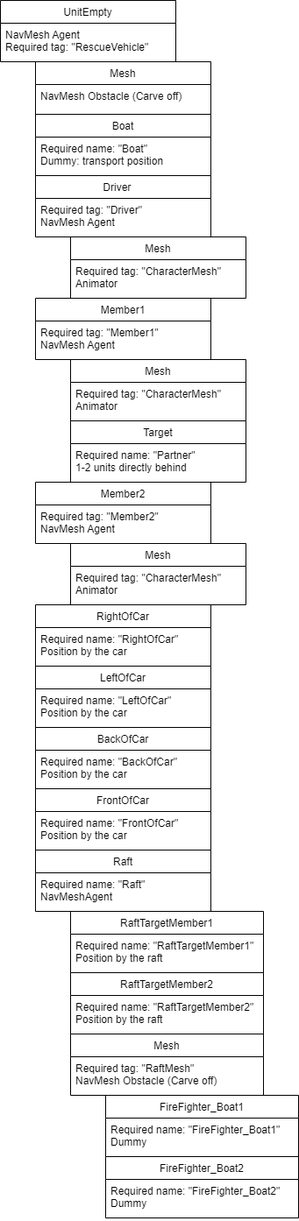
Before: Documentation/Images/UnitSetupAIRequirements.png, a diagram exported from draw.io (olandra/CBSafe-Simulation). Source tidied: cells renumbered, new cells last; positions are measured from the earlier drawing's top-left corner, leaving out a move shared by most shapes.
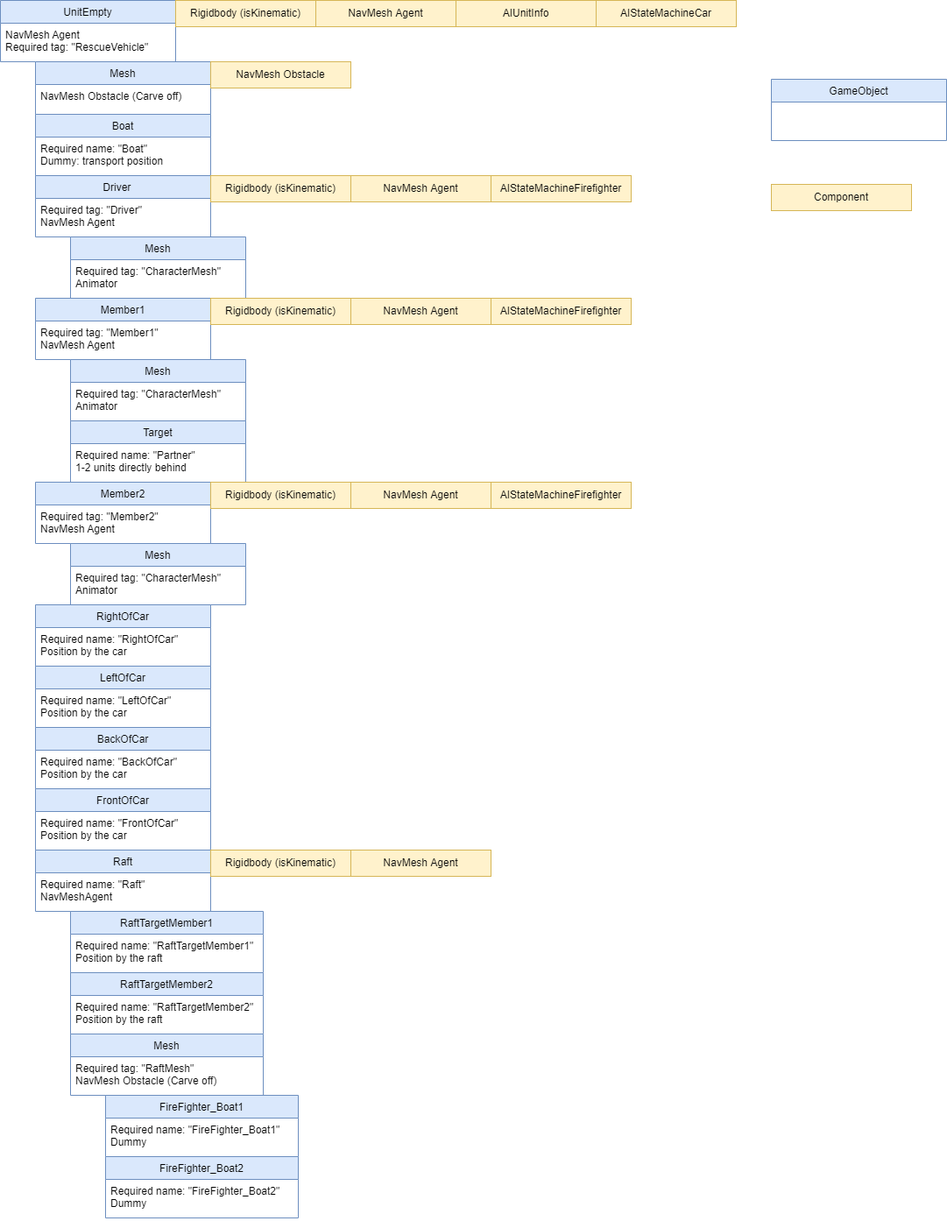
The same diagram one commit later.

Commit message:
Updated the Unit structure picture with components and some color

Change to the diagram source:
```diff
@@ -2,125 +2,188 @@
   <root>
     <mxCell id="0" />
     <mxCell id="1" parent="0" />
-    <mxCell id="2" value="UnitEmpty" style="swimlane;fontStyle=0;horizontal=1;startSize=26;fillColor=none;" parent="1" vertex="1">
+    <mxCell id="2" value="UnitEmpty" style="swimlane;fontStyle=0;horizontal=1;startSize=26;fillColor=#dae8fc;strokeColor=#6c8ebf;" parent="1" vertex="1">
       <mxGeometry width="200" height="70" as="geometry" />
     </mxCell>
     <mxCell id="3" value="NavMesh Agent&#10;Required tag: &quot;RescueVehicle&quot;" style="text;strokeColor=none;fillColor=none;align=left;verticalAlign=top;spacingLeft=4;spacingRight=4;overflow=hidden;" parent="2" vertex="1">
       <mxGeometry y="26" width="200" height="44" as="geometry" />
     </mxCell>
-    <mxCell id="4" value="Mesh" style="swimlane;fontStyle=0;horizontal=1;startSize=26;fillColor=none;" parent="1" vertex="1">
+    <mxCell id="4" value="Mesh" style="swimlane;fontStyle=0;horizontal=1;startSize=26;fillColor=#dae8fc;strokeColor=#6c8ebf;" parent="1" vertex="1">
       <mxGeometry x="40" y="70" width="200" height="60" as="geometry" />
     </mxCell>
     <mxCell id="5" value="NavMesh Obstacle (Carve off)" style="text;strokeColor=none;fillColor=none;align=left;verticalAlign=top;spacingLeft=4;spacingRight=4;overflow=hidden;" parent="4" vertex="1">
       <mxGeometry y="26" width="200" height="34" as="geometry" />
     </mxCell>
-    <mxCell id="6" value="Boat" style="swimlane;fontStyle=0;horizontal=1;startSize=26;fillColor=none;" parent="1" vertex="1">
+    <mxCell id="6" value="Boat" style="swimlane;fontStyle=0;horizontal=1;startSize=26;fillColor=#dae8fc;strokeColor=#6c8ebf;" parent="1" vertex="1">
       <mxGeometry x="40" y="130" width="200" height="70" as="geometry" />
     </mxCell>
     <mxCell id="7" value="Required name: &quot;Boat&quot;&#10;Dummy: transport position" style="text;strokeColor=none;fillColor=none;align=left;verticalAlign=top;spacingLeft=4;spacingRight=4;overflow=hidden;" parent="6" vertex="1">
       <mxGeometry y="26" width="200" height="44" as="geometry" />
     </mxCell>
-    <mxCell id="8" value="Driver    " style="swimlane;fontStyle=0;horizontal=1;startSize=26;fillColor=none;" parent="1" vertex="1">
+    <mxCell id="8" value="Driver    " style="swimlane;fontStyle=0;horizontal=1;startSize=26;fillColor=#dae8fc;strokeColor=#6c8ebf;" parent="1" vertex="1">
       <mxGeometry x="40" y="200" width="200" height="70" as="geometry" />
     </mxCell>
     <mxCell id="9" value="Required tag: &quot;Driver&quot;&#10;NavMesh Agent" style="text;strokeColor=none;fillColor=none;align=left;verticalAlign=top;spacingLeft=4;spacingRight=4;overflow=hidden;" parent="8" vertex="1">
       <mxGeometry y="26" width="200" height="44" as="geometry" />
     </mxCell>
-    <mxCell id="10" value="Mesh" style="swimlane;fontStyle=0;horizontal=1;startSize=26;fillColor=none;" parent="1" vertex="1">
+    <mxCell id="10" value="Mesh" style="swimlane;fontStyle=0;horizontal=1;startSize=26;fillColor=#dae8fc;strokeColor=#6c8ebf;" parent="1" vertex="1">
       <mxGeometry x="80" y="270" width="200" height="70" as="geometry" />
     </mxCell>
     <mxCell id="11" value="Required tag: &quot;CharacterMesh&quot;&#10;Animator" style="text;strokeColor=none;fillColor=none;align=left;verticalAlign=top;spacingLeft=4;spacingRight=4;overflow=hidden;" parent="10" vertex="1">
       <mxGeometry y="26" width="200" height="44" as="geometry" />
     </mxCell>
-    <mxCell id="12" value="Member1" style="swimlane;fontStyle=0;horizontal=1;startSize=26;fillColor=none;" parent="1" vertex="1">
+    <mxCell id="12" value="Member1" style="swimlane;fontStyle=0;horizontal=1;startSize=26;fillColor=#dae8fc;strokeColor=#6c8ebf;" parent="1" vertex="1">
       <mxGeometry x="40" y="340" width="200" height="70" as="geometry" />
     </mxCell>
     <mxCell id="13" value="Required tag: &quot;Member1&quot;&#10;NavMesh Agent" style="text;strokeColor=none;fillColor=none;align=left;verticalAlign=top;spacingLeft=4;spacingRight=4;overflow=hidden;" parent="12" vertex="1">
       <mxGeometry y="26" width="200" height="44" as="geometry" />
     </mxCell>
-    <mxCell id="14" value="Mesh" style="swimlane;fontStyle=0;horizontal=1;startSize=26;fillColor=none;" parent="1" vertex="1">
+    <mxCell id="14" value="Mesh" style="swimlane;fontStyle=0;horizontal=1;startSize=26;fillColor=#dae8fc;strokeColor=#6c8ebf;" parent="1" vertex="1">
       <mxGeometry x="80" y="410" width="200" height="70" as="geometry" />
     </mxCell>
     <mxCell id="15" value="Required tag: &quot;CharacterMesh&quot;&#10;Animator" style="text;strokeColor=none;fillColor=none;align=left;verticalAlign=top;spacingLeft=4;spacingRight=4;overflow=hidden;" parent="14" vertex="1">
       <mxGeometry y="26" width="200" height="44" as="geometry" />
     </mxCell>
-    <mxCell id="16" value="Member2" style="swimlane;fontStyle=0;horizontal=1;startSize=26;fillColor=none;" parent="1" vertex="1">
+    <mxCell id="16" value="Member2" style="swimlane;fontStyle=0;horizontal=1;startSize=26;fillColor=#dae8fc;strokeColor=#6c8ebf;" parent="1" vertex="1">
       <mxGeometry x="40" y="550" width="200" height="70" as="geometry" />
     </mxCell>
     <mxCell id="17" value="Required tag: &quot;Member2&quot;&#10;NavMesh Agent" style="text;strokeColor=none;fillColor=none;align=left;verticalAlign=top;spacingLeft=4;spacingRight=4;overflow=hidden;" parent="16" vertex="1">
       <mxGeometry y="26" width="200" height="44" as="geometry" />
     </mxCell>
-    <mxCell id="18" value="Mesh" style="swimlane;fontStyle=0;horizontal=1;startSize=26;fillColor=none;" parent="1" vertex="1">
+    <mxCell id="18" value="Mesh" style="swimlane;fontStyle=0;horizontal=1;startSize=26;fillColor=#dae8fc;strokeColor=#6c8ebf;" parent="1" vertex="1">
       <mxGeometry x="80" y="620" width="200" height="70" as="geometry" />
     </mxCell>
     <mxCell id="19" value="Required tag: &quot;CharacterMesh&quot;&#10;Animator" style="text;strokeColor=none;fillColor=none;align=left;verticalAlign=top;spacingLeft=4;spacingRight=4;overflow=hidden;" parent="18" vertex="1">
       <mxGeometry y="26" width="200" height="44" as="geometry" />
     </mxCell>
-    <mxCell id="20" value="Target" style="swimlane;fontStyle=0;horizontal=1;startSize=26;fillColor=none;" parent="1" vertex="1">
+    <mxCell id="20" value="Target" style="swimlane;fontStyle=0;horizontal=1;startSize=26;fillColor=#dae8fc;strokeColor=#6c8ebf;" parent="1" vertex="1">
       <mxGeometry x="80" y="480" width="200" height="70" as="geometry" />
     </mxCell>
     <mxCell id="21" value="Required name: &quot;Partner&quot;&#10;1-2 units directly behind" style="text;strokeColor=none;fillColor=none;align=left;verticalAlign=top;spacingLeft=4;spacingRight=4;overflow=hidden;" parent="20" vertex="1">
       <mxGeometry y="26" width="200" height="44" as="geometry" />
     </mxCell>
-    <mxCell id="22" value="RightOfCar" style="swimlane;fontStyle=0;horizontal=1;startSize=26;fillColor=none;" parent="1" vertex="1">
+    <mxCell id="22" value="RightOfCar" style="swimlane;fontStyle=0;horizontal=1;startSize=26;fillColor=#dae8fc;strokeColor=#6c8ebf;" parent="1" vertex="1">
       <mxGeometry x="40" y="690" width="200" height="70" as="geometry" />
     </mxCell>
     <mxCell id="23" value="Required name: &quot;RightOfCar&quot;&#10;Position by the car" style="text;strokeColor=none;fillColor=none;align=left;verticalAlign=top;spacingLeft=4;spacingRight=4;overflow=hidden;" parent="22" vertex="1">
       <mxGeometry y="26" width="200" height="44" as="geometry" />
     </mxCell>
-    <mxCell id="24" value="LeftOfCar" style="swimlane;fontStyle=0;horizontal=1;startSize=26;fillColor=none;" parent="1" vertex="1">
+    <mxCell id="24" value="LeftOfCar" style="swimlane;fontStyle=0;horizontal=1;startSize=26;fillColor=#dae8fc;strokeColor=#6c8ebf;" parent="1" vertex="1">
       <mxGeometry x="40" y="760" width="200" height="70" as="geometry" />
     </mxCell>
     <mxCell id="25" value="Required name: &quot;LeftOfCar&quot;&#10;Position by the car" style="text;strokeColor=none;fillColor=none;align=left;verticalAlign=top;spacingLeft=4;spacingRight=4;overflow=hidden;" parent="24" vertex="1">
       <mxGeometry y="26" width="200" height="44" as="geometry" />
     </mxCell>
-    <mxCell id="26" value="BackOfCar" style="swimlane;fontStyle=0;horizontal=1;startSize=26;fillColor=none;" parent="1" vertex="1">
+    <mxCell id="26" value="BackOfCar" style="swimlane;fontStyle=0;horizontal=1;startSize=26;fillColor=#dae8fc;strokeColor=#6c8ebf;" parent="1" vertex="1">
       <mxGeometry x="40" y="830" width="200" height="70" as="geometry" />
     </mxCell>
     <mxCell id="27" value="Required name: &quot;BackOfCar&quot;&#10;Position by the car" style="text;strokeColor=none;fillColor=none;align=left;verticalAlign=top;spacingLeft=4;spacingRight=4;overflow=hidden;" parent="26" vertex="1">
       <mxGeometry y="26" width="200" height="44" as="geometry" />
     </mxCell>
-    <mxCell id="28" value="FrontOfCar" style="swimlane;fontStyle=0;horizontal=1;startSize=26;fillColor=none;" parent="1" vertex="1">
+    <mxCell id="28" value="FrontOfCar" style="swimlane;fontStyle=0;horizontal=1;startSize=26;fillColor=#dae8fc;strokeColor=#6c8ebf;" parent="1" vertex="1">
       <mxGeometry x="40" y="900" width="200" height="70" as="geometry" />
     </mxCell>
     <mxCell id="29" value="Required name: &quot;FrontOfCar&quot;&#10;Position by the car" style="text;strokeColor=none;fillColor=none;align=left;verticalAlign=top;spacingLeft=4;spacingRight=4;overflow=hidden;" parent="28" vertex="1">
       <mxGeometry y="26" width="200" height="44" as="geometry" />
     </mxCell>
-    <mxCell id="30" value="Raft" style="swimlane;fontStyle=0;horizontal=1;startSize=26;fillColor=none;" parent="1" vertex="1">
+    <mxCell id="30" value="Raft" style="swimlane;fontStyle=0;horizontal=1;startSize=26;fillColor=#dae8fc;strokeColor=#6c8ebf;" parent="1" vertex="1">
       <mxGeometry x="40" y="970" width="200" height="70" as="geometry" />
     </mxCell>
     <mxCell id="31" value="Required name: &quot;Raft&quot;&#10;NavMeshAgent" style="text;strokeColor=none;fillColor=none;align=left;verticalAlign=top;spacingLeft=4;spacingRight=4;overflow=hidden;" parent="30" vertex="1">
       <mxGeometry y="26" width="200" height="44" as="geometry" />
     </mxCell>
-    <mxCell id="32" value="RaftTargetMember1" style="swimlane;fontStyle=0;horizontal=1;startSize=26;fillColor=none;" parent="1" vertex="1">
+    <mxCell id="32" value="RaftTargetMember1" style="swimlane;fontStyle=0;horizontal=1;startSize=26;fillColor=#dae8fc;strokeColor=#6c8ebf;" parent="1" vertex="1">
       <mxGeometry x="80" y="1040" width="220" height="70" as="geometry" />
     </mxCell>
     <mxCell id="33" value="Required name: &quot;RaftTargetMember1&quot;&#10;Position by the raft" style="text;strokeColor=none;fillColor=none;align=left;verticalAlign=top;spacingLeft=4;spacingRight=4;overflow=hidden;" parent="32" vertex="1">
       <mxGeometry y="26" width="220" height="44" as="geometry" />
     </mxCell>
-    <mxCell id="34" value="RaftTargetMember2" style="swimlane;fontStyle=0;horizontal=1;startSize=26;fillColor=none;" parent="1" vertex="1">
+    <mxCell id="34" value="RaftTargetMember2" style="swimlane;fontStyle=0;horizontal=1;startSize=26;fillColor=#dae8fc;strokeColor=#6c8ebf;" parent="1" vertex="1">
       <mxGeometry x="80" y="1110" width="220" height="70" as="geometry" />
     </mxCell>
     <mxCell id="35" value="Required name: &quot;RaftTargetMember2&quot;&#10;Position by the raft" style="text;strokeColor=none;fillColor=none;align=left;verticalAlign=top;spacingLeft=4;spacingRight=4;overflow=hidden;" parent="34" vertex="1">
       <mxGeometry y="26" width="220" height="44" as="geometry" />
     </mxCell>
-    <mxCell id="36" value="Mesh" style="swimlane;fontStyle=0;horizontal=1;startSize=26;fillColor=none;" parent="1" vertex="1">
+    <mxCell id="36" value="Mesh" style="swimlane;fontStyle=0;horizontal=1;startSize=26;fillColor=#dae8fc;strokeColor=#6c8ebf;" parent="1" vertex="1">
       <mxGeometry x="80" y="1180" width="220" height="70" as="geometry" />
     </mxCell>
     <mxCell id="37" value="Required tag: &quot;RaftMesh&quot;&#10;NavMesh Obstacle (Carve off)" style="text;strokeColor=none;fillColor=none;align=left;verticalAlign=top;spacingLeft=4;spacingRight=4;overflow=hidden;" parent="36" vertex="1">
       <mxGeometry y="26" width="220" height="44" as="geometry" />
     </mxCell>
-    <mxCell id="38" value="FireFighter_Boat1" style="swimlane;fontStyle=0;horizontal=1;startSize=26;fillColor=none;" parent="1" vertex="1">
+    <mxCell id="38" value="FireFighter_Boat1" style="swimlane;fontStyle=0;horizontal=1;startSize=26;fillColor=#dae8fc;strokeColor=#6c8ebf;" parent="1" vertex="1">
       <mxGeometry x="120" y="1250" width="220" height="70" as="geometry" />
     </mxCell>
     <mxCell id="39" value="Required name: &quot;FireFighter_Boat1&quot;&#10;Dummy" style="text;strokeColor=none;fillColor=none;align=left;verticalAlign=top;spacingLeft=4;spacingRight=4;overflow=hidden;" parent="38" vertex="1">
       <mxGeometry y="26" width="220" height="44" as="geometry" />
     </mxCell>
-    <mxCell id="40" value="FireFighter_Boat2" style="swimlane;fontStyle=0;horizontal=1;startSize=26;fillColor=none;" parent="1" vertex="1">
+    <mxCell id="40" value="FireFighter_Boat2" style="swimlane;fontStyle=0;horizontal=1;startSize=26;fillColor=#dae8fc;strokeColor=#6c8ebf;" parent="1" vertex="1">
       <mxGeometry x="120" y="1320" width="220" height="70" as="geometry" />
     </mxCell>
     <mxCell id="41" value="Required name: &quot;FireFighter_Boat2&quot;&#10;Dummy" style="text;strokeColor=none;fillColor=none;align=left;verticalAlign=top;spacingLeft=4;spacingRight=4;overflow=hidden;" parent="40" vertex="1">
       <mxGeometry y="26" width="220" height="44" as="geometry" />
     </mxCell>
+    <mxCell id="42" value="NavMesh Agent" style="rounded=0;whiteSpace=wrap;html=1;" parent="1" vertex="1">
+      <mxGeometry x="360" width="160" height="30" as="geometry" />
+    </mxCell>
+    <mxCell id="43" value="NavMesh Obstacle" style="rounded=0;whiteSpace=wrap;html=1;" parent="1" vertex="1">
+      <mxGeometry x="240" y="70" width="160" height="30" as="geometry" />
+    </mxCell>
+    <mxCell id="44" value="AIUnitInfo" style="rounded=0;whiteSpace=wrap;html=1;fillColor=#fff2cc;strokeColor=#d6b656;" parent="1" vertex="1">
+      <mxGeometry x="520" width="160" height="30" as="geometry" />
+    </mxCell>
+    <mxCell id="45" value="AIStateMachineFirefighter" style="rounded=0;whiteSpace=wrap;html=1;fillColor=#fff2cc;strokeColor=#d6b656;" parent="1" vertex="1">
+      <mxGeometry x="560" y="200" width="160" height="30" as="geometry" />
+    </mxCell>
+    <mxCell id="46" value="AIStateMachineCar" style="rounded=0;whiteSpace=wrap;html=1;fillColor=#fff2cc;strokeColor=#d6b656;" parent="1" vertex="1">
+      <mxGeometry x="680" width="160" height="30" as="geometry" />
+    </mxCell>
+    <mxCell id="47" value="Rigidbody (isKinematic)" style="rounded=0;whiteSpace=wrap;html=1;" parent="1" vertex="1">
+      <mxGeometry x="200" width="160" height="30" as="geometry" />
+    </mxCell>
+    <mxCell id="48" value="Rigidbody (isKinematic)" style="rounded=0;whiteSpace=wrap;html=1;fillColor=#fff2cc;strokeColor=#d6b656;" parent="1" vertex="1">
+      <mxGeometry x="240" y="970" width="160" height="30" as="geometry" />
+    </mxCell>
+    <mxCell id="49" value="NavMesh Agent" style="rounded=0;whiteSpace=wrap;html=1;fillColor=#fff2cc;strokeColor=#d6b656;" parent="1" vertex="1">
+      <mxGeometry x="400" y="970" width="160" height="30" as="geometry" />
+    </mxCell>
+    <mxCell id="50" value="Rigidbody (isKinematic)" style="rounded=0;whiteSpace=wrap;html=1;fillColor=#fff2cc;strokeColor=#d6b656;" parent="1" vertex="1">
+      <mxGeometry x="240" y="550" width="160" height="30" as="geometry" />
+    </mxCell>
+    <mxCell id="51" value="Rigidbody (isKinematic)" style="rounded=0;whiteSpace=wrap;html=1;fillColor=#fff2cc;strokeColor=#d6b656;" parent="1" vertex="1">
+      <mxGeometry x="240" y="340" width="160" height="30" as="geometry" />
+    </mxCell>
+    <mxCell id="52" value="Rigidbody (isKinematic)" style="rounded=0;whiteSpace=wrap;html=1;fillColor=#fff2cc;strokeColor=#d6b656;" parent="1" vertex="1">
+      <mxGeometry x="240" y="200" width="160" height="30" as="geometry" />
+    </mxCell>
+    <mxCell id="53" value="NavMesh Agent" style="rounded=0;whiteSpace=wrap;html=1;fillColor=#fff2cc;strokeColor=#d6b656;" parent="1" vertex="1">
+      <mxGeometry x="400" y="200" width="160" height="30" as="geometry" />
+    </mxCell>
+    <mxCell id="54" value="NavMesh Agent" style="rounded=0;whiteSpace=wrap;html=1;fillColor=#fff2cc;strokeColor=#d6b656;" parent="1" vertex="1">
+      <mxGeometry x="400" y="340" width="160" height="30" as="geometry" />
+    </mxCell>
+    <mxCell id="55" value="NavMesh Agent" style="rounded=0;whiteSpace=wrap;html=1;fillColor=#fff2cc;strokeColor=#d6b656;" parent="1" vertex="1">
+      <mxGeometry x="400" y="550" width="160" height="30" as="geometry" />
+    </mxCell>
+    <mxCell id="56" value="AIStateMachineFirefighter" style="rounded=0;whiteSpace=wrap;html=1;fillColor=#fff2cc;strokeColor=#d6b656;" parent="1" vertex="1">
+      <mxGeometry x="560" y="340" width="160" height="30" as="geometry" />
+    </mxCell>
+    <mxCell id="57" value="AIStateMachineFirefighter" style="rounded=0;whiteSpace=wrap;html=1;fillColor=#fff2cc;strokeColor=#d6b656;" parent="1" vertex="1">
+      <mxGeometry x="560" y="550" width="160" height="30" as="geometry" />
+    </mxCell>
+    <mxCell id="58" value="GameObject" style="swimlane;fontStyle=0;horizontal=1;startSize=26;fillColor=#dae8fc;strokeColor=#6c8ebf;" parent="1" vertex="1">
+      <mxGeometry x="880" y="90" width="200" height="70" as="geometry" />
+    </mxCell>
+    <mxCell id="59" value="Component" style="rounded=0;whiteSpace=wrap;html=1;fillColor=#fff2cc;strokeColor=#d6b656;" parent="1" vertex="1">
+      <mxGeometry x="880" y="210" width="160" height="30" as="geometry" />
+    </mxCell>
+    <mxCell id="60" value="NavMesh Obstacle" style="rounded=0;whiteSpace=wrap;html=1;fillColor=#fff2cc;strokeColor=#d6b656;" parent="1" vertex="1">
+      <mxGeometry x="240" y="70" width="160" height="30" as="geometry" />
+    </mxCell>
+    <mxCell id="61" value="Rigidbody (isKinematic)" style="rounded=0;whiteSpace=wrap;html=1;fillColor=#fff2cc;strokeColor=#d6b656;" parent="1" vertex="1">
+      <mxGeometry x="200" width="160" height="30" as="geometry" />
+    </mxCell>
+    <mxCell id="62" value="NavMesh Agent" style="rounded=0;whiteSpace=wrap;html=1;fillColor=#fff2cc;strokeColor=#d6b656;" parent="1" vertex="1">
+      <mxGeometry x="360" width="160" height="30" as="geometry" />
+    </mxCell>
   </root>
 </mxGraphModel>
```
